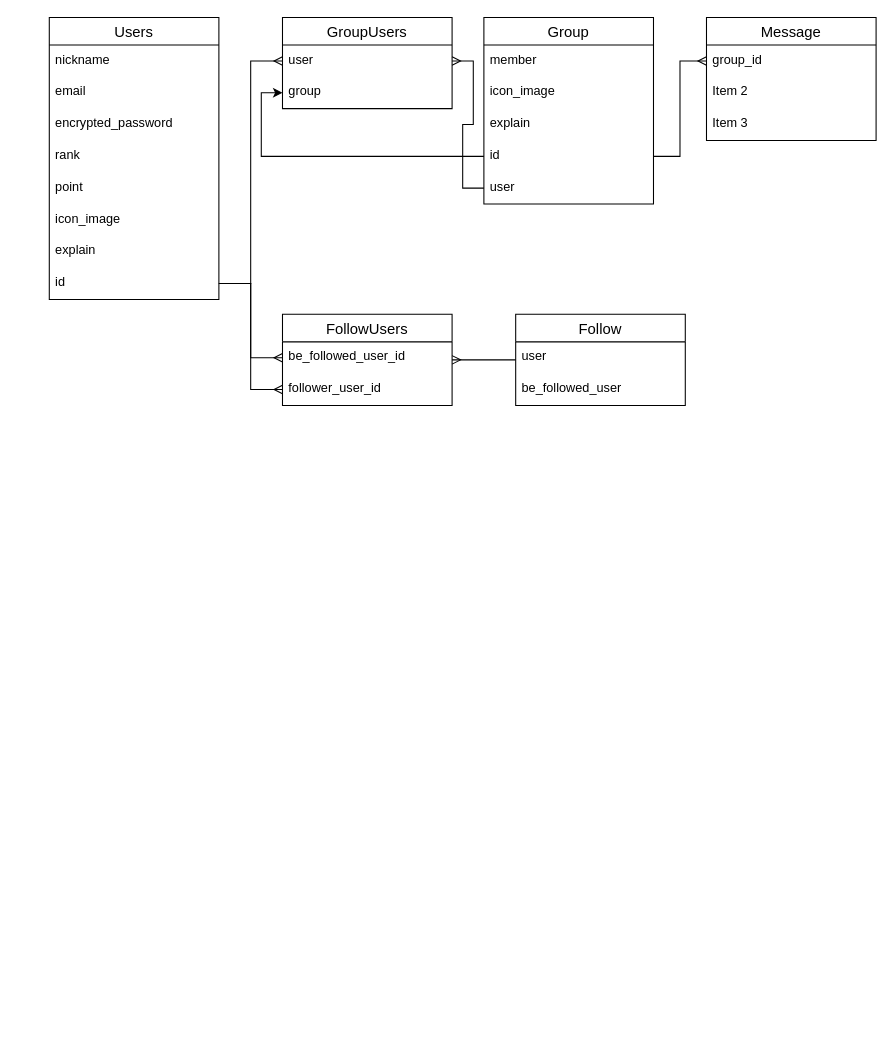
runba3011/runba_home keeps this draw.io diagram as database.dio. Above is the earlier version. Source tidied: cells renumbered, new cells numbered last; positions are measured from the earlier drawing's top-left corner, leaving out a move shared by most shapes. Both pictures are drawn from the tidied source at 106%, with x=0, y=0 at pixel (49, 17).
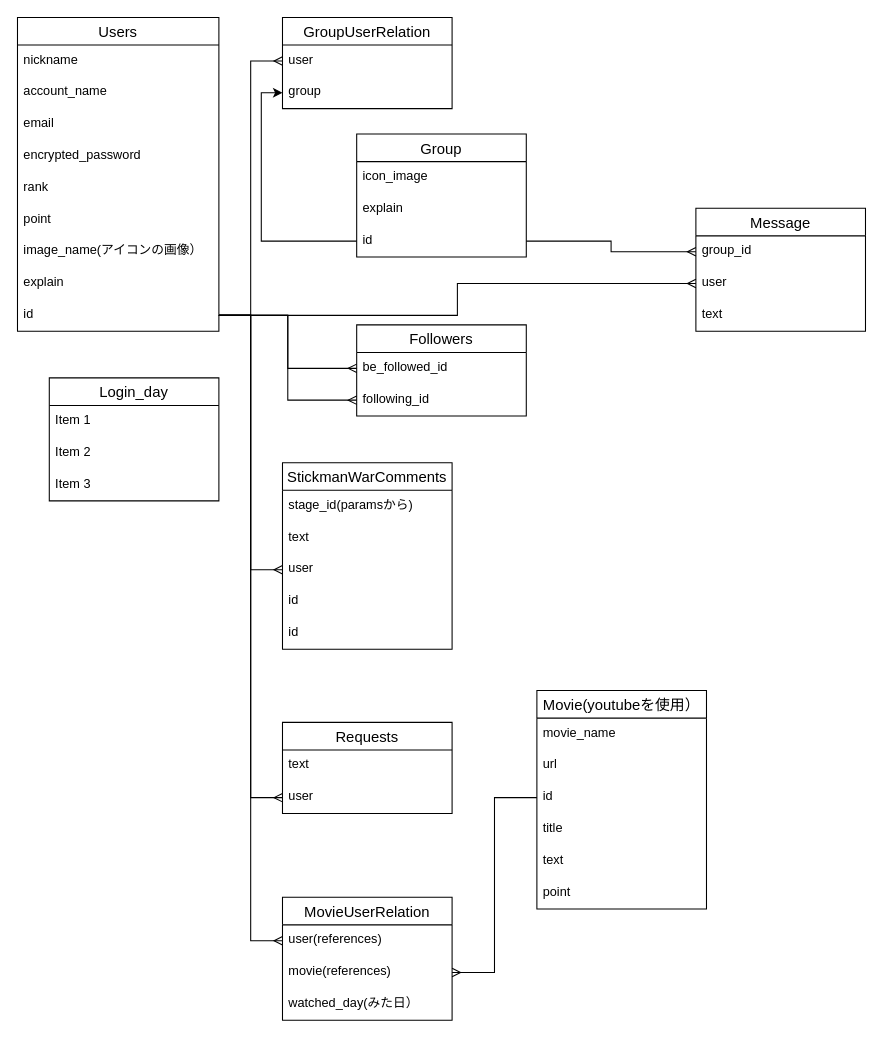
Above is the later version.

Commit message:
データベース設計

Unchanged cells that the change refers to:
```xml
<mxCell id="18" value="user" style="text;strokeColor=none;fillColor=none;spacingLeft=4;spacingRight=4;overflow=hidden;points=[[0,0.5],[1,0.5]];portConstraint=eastwest;fontSize=12;" parent="17" vertex="1">
  <mxGeometry y="26" width="160" height="30" as="geometry" />
</mxCell>
```

The edit, as a diff of the source:
```diff
@@
     <mxCell id="2" value="Users" style="swimlane;fontStyle=0;horizontal=1;startSize=26;align=center;fontSize=14;" parent="1" vertex="1">
-      <mxGeometry width="160" height="266" as="geometry" />
+      <mxGeometry x="-30" width="190" height="296" as="geometry" />
     </mxCell>
     <mxCell id="3" value="nickname" style="text;strokeColor=none;fillColor=none;spacingLeft=4;spacingRight=4;overflow=hidden;fontSize=12;" parent="2" vertex="1">
-      <mxGeometry y="26" width="160" height="30" as="geometry" />
+      <mxGeometry y="26" width="190" height="30" as="geometry" />
     </mxCell>
+    <mxCell id="37" value="account_name" style="text;strokeColor=none;fillColor=none;spacingLeft=4;spacingRight=4;overflow=hidden;fontSize=12;" parent="2" vertex="1">
+      <mxGeometry y="56" width="190" height="30" as="geometry" />
+    </mxCell>
     <mxCell id="4" value="email" style="text;strokeColor=none;fillColor=none;spacingLeft=4;spacingRight=4;overflow=hidden;fontSize=12;" parent="2" vertex="1">
-      <mxGeometry y="56" width="160" height="30" as="geometry" />
+      <mxGeometry y="86" width="190" height="30" as="geometry" />
     </mxCell>
     <mxCell id="5" value="encrypted_password" style="text;strokeColor=none;fillColor=none;spacingLeft=4;spacingRight=4;overflow=hidden;fontSize=12;" parent="2" vertex="1">
-      <mxGeometry y="86" width="160" height="30" as="geometry" />
+      <mxGeometry y="116" width="190" height="30" as="geometry" />
     </mxCell>
     <mxCell id="6" value="rank" style="text;strokeColor=none;fillColor=none;spacingLeft=4;spacingRight=4;overflow=hidden;fontSize=12;" parent="2" vertex="1">
-      <mxGeometry y="116" width="160" height="30" as="geometry" />
+      <mxGeometry y="146" width="190" height="30" as="geometry" />
     </mxCell>
     <mxCell id="7" value="point" style="text;strokeColor=none;fillColor=none;spacingLeft=4;spacingRight=4;overflow=hidden;fontSize=12;" parent="2" vertex="1">
-      <mxGeometry y="146" width="160" height="30" as="geometry" />
+      <mxGeometry y="176" width="190" height="30" as="geometry" />
     </mxCell>
-    <mxCell id="8" value="icon_image" style="text;strokeColor=none;fillColor=none;spacingLeft=4;spacingRight=4;overflow=hidden;fontSize=12;" parent="2" vertex="1">
-      <mxGeometry y="176" width="160" height="30" as="geometry" />
+    <mxCell id="8" value="image_name(アイコンの画像）" style="text;strokeColor=none;fillColor=none;spacingLeft=4;spacingRight=4;overflow=hidden;fontSize=12;" parent="2" vertex="1">
+      <mxGeometry y="206" width="190" height="30" as="geometry" />
     </mxCell>
     <mxCell id="9" value="explain" style="text;strokeColor=none;fillColor=none;spacingLeft=4;spacingRight=4;overflow=hidden;fontSize=12;" parent="2" vertex="1">
-      <mxGeometry y="206" width="160" height="30" as="geometry" />
+      <mxGeometry y="236" width="190" height="30" as="geometry" />
     </mxCell>
     <mxCell id="10" value="id" style="text;strokeColor=none;fillColor=none;spacingLeft=4;spacingRight=4;overflow=hidden;points=[[0,0.5],[1,0.5]];portConstraint=eastwest;fontSize=12;" parent="2" vertex="1">
-      <mxGeometry y="236" width="160" height="30" as="geometry" />
+      <mxGeometry y="266" width="190" height="30" as="geometry" />
     </mxCell>
     <mxCell id="11" value="Group" style="swimlane;fontStyle=0;horizontal=1;startSize=26;align=center;fontSize=14;" parent="1" vertex="1">
-      <mxGeometry x="410" width="160" height="176" as="geometry" />
+      <mxGeometry x="290" y="110" width="160" height="116" as="geometry" />
     </mxCell>
-    <mxCell id="12" value="member" style="text;strokeColor=none;fillColor=none;spacingLeft=4;spacingRight=4;overflow=hidden;fontSize=12;" parent="11" vertex="1">
-      <mxGeometry y="26" width="160" height="30" as="geometry" />
-    </mxCell>
     <mxCell id="13" value="icon_image" style="text;strokeColor=none;fillColor=none;spacingLeft=4;spacingRight=4;overflow=hidden;fontSize=12;" parent="11" vertex="1">
-      <mxGeometry y="56" width="160" height="30" as="geometry" />
+      <mxGeometry y="26" width="160" height="30" as="geometry" />
     </mxCell>
     <mxCell id="14" value="explain" style="text;strokeColor=none;fillColor=none;spacingLeft=4;spacingRight=4;overflow=hidden;fontSize=12;" parent="11" vertex="1">
-      <mxGeometry y="86" width="160" height="30" as="geometry" />
+      <mxGeometry y="56" width="160" height="30" as="geometry" />
     </mxCell>
     <mxCell id="15" value="id" style="text;strokeColor=none;fillColor=none;spacingLeft=4;spacingRight=4;overflow=hidden;points=[[0,0.5],[1,0.5]];portConstraint=eastwest;fontSize=12;" parent="11" vertex="1">
-      <mxGeometry y="116" width="160" height="30" as="geometry" />
+      <mxGeometry y="86" width="160" height="30" as="geometry" />
     </mxCell>
-    <mxCell id="16" value="user" style="text;strokeColor=none;fillColor=none;spacingLeft=4;spacingRight=4;overflow=hidden;points=[[0,0.5],[1,0.5]];portConstraint=eastwest;fontSize=12;" parent="11" vertex="1">
-      <mxGeometry y="146" width="160" height="30" as="geometry" />
-    </mxCell>
-    <mxCell id="17" value="GroupUsers" style="swimlane;fontStyle=0;horizontal=1;startSize=26;align=center;fontSize=14;" parent="1" vertex="1">
+    <mxCell id="17" value="GroupUserRelation" style="swimlane;fontStyle=0;horizontal=1;startSize=26;align=center;fontSize=14;" parent="1" vertex="1">
       <mxGeometry x="220" width="160" height="86" as="geometry" />
     </mxCell>
@@
     <mxCell id="20" value="Message" style="swimlane;fontStyle=0;horizontal=1;startSize=26;align=center;fontSize=14;" parent="1" vertex="1">
-      <mxGeometry x="620" width="160" height="116" as="geometry" />
+      <mxGeometry x="610" y="180" width="160" height="116" as="geometry" />
     </mxCell>
@@
-    <mxCell id="22" value="Item 2" style="text;strokeColor=none;fillColor=none;spacingLeft=4;spacingRight=4;overflow=hidden;points=[[0,0.5],[1,0.5]];portConstraint=eastwest;fontSize=12;" parent="20" vertex="1">
+    <mxCell id="22" value="user" style="text;strokeColor=none;fillColor=none;spacingLeft=4;spacingRight=4;overflow=hidden;points=[[0,0.5],[1,0.5]];portConstraint=eastwest;fontSize=12;" parent="20" vertex="1">
       <mxGeometry y="56" width="160" height="30" as="geometry" />
     </mxCell>
-    <mxCell id="23" value="Item 3" style="text;strokeColor=none;fillColor=none;spacingLeft=4;spacingRight=4;overflow=hidden;fontSize=12;" parent="20" vertex="1">
+    <mxCell id="23" value="text" style="text;strokeColor=none;fillColor=none;spacingLeft=4;spacingRight=4;overflow=hidden;fontSize=12;" parent="20" vertex="1">
       <mxGeometry y="86" width="160" height="30" as="geometry" />
     </mxCell>
@@
-    <mxCell id="26" style="edgeStyle=orthogonalEdgeStyle;rounded=0;jettySize=auto;html=1;entryX=0;entryY=0.5;entryDx=0;entryDy=0;endArrow=none;endFill=0;startArrow=ERmany;startFill=0;" parent="1" edge="1" source="18" target="16">
-      <mxGeometry relative="1" as="geometry" />
-    </mxCell>
@@
-    <mxCell id="28" value="FollowUsers" style="swimlane;fontStyle=0;horizontal=1;startSize=26;align=center;fontSize=14;" parent="1" vertex="1">
-      <mxGeometry x="220" y="280" width="160" height="86" as="geometry" />
+    <mxCell id="28" value="Followers" style="swimlane;fontStyle=0;horizontal=1;startSize=26;align=center;fontSize=14;" parent="1" vertex="1">
+      <mxGeometry x="290" y="290" width="160" height="86" as="geometry" />
     </mxCell>
-    <mxCell id="29" value="be_followed_user_id" style="text;strokeColor=none;fillColor=none;spacingLeft=4;spacingRight=4;overflow=hidden;points=[[0,0.5],[1,0.5]];portConstraint=eastwest;fontSize=12;" parent="28" vertex="1">
+    <mxCell id="29" value="be_followed_id" style="text;strokeColor=none;fillColor=none;spacingLeft=4;spacingRight=4;overflow=hidden;points=[[0,0.5],[1,0.5]];portConstraint=eastwest;fontSize=12;" parent="28" vertex="1">
       <mxGeometry y="26" width="160" height="30" as="geometry" />
     </mxCell>
-    <mxCell id="30" value="follower_user_id" style="text;strokeColor=none;fillColor=none;spacingLeft=4;spacingRight=4;overflow=hidden;points=[[0,0.5],[1,0.5]];portConstraint=eastwest;fontSize=12;" parent="28" vertex="1">
+    <mxCell id="30" value="following_id" style="text;strokeColor=none;fillColor=none;spacingLeft=4;spacingRight=4;overflow=hidden;points=[[0,0.5],[1,0.5]];portConstraint=eastwest;fontSize=12;" parent="28" vertex="1">
       <mxGeometry y="56" width="160" height="30" as="geometry" />
     </mxCell>
@@
-    <mxCell id="33" style="edgeStyle=orthogonalEdgeStyle;rounded=0;jettySize=auto;html=1;endArrow=ERmany;endFill=0;" parent="1" edge="1" source="34" target="28">
-      <mxGeometry relative="1" as="geometry" />
-    </mxCell>
-    <mxCell id="34" value="Follow" style="swimlane;fontStyle=0;horizontal=1;startSize=26;align=center;fontSize=14;" parent="1" vertex="1">
-      <mxGeometry x="440" y="280" width="160" height="86" as="geometry" />
-    </mxCell>
-    <mxCell id="35" value="user" style="text;strokeColor=none;fillColor=none;spacingLeft=4;spacingRight=4;overflow=hidden;fontSize=12;" parent="34" vertex="1">
-      <mxGeometry y="26" width="160" height="30" as="geometry" />
-    </mxCell>
-    <mxCell id="36" value="be_followed_user" style="text;strokeColor=none;fillColor=none;spacingLeft=4;spacingRight=4;overflow=hidden;fontSize=12;" parent="34" vertex="1">
-      <mxGeometry y="56" width="160" height="30" as="geometry" />
-    </mxCell>
+    <mxCell id="38" value="StickmanWarComments" style="swimlane;fontStyle=0;horizontal=1;startSize=26;align=center;fontSize=14;" parent="1" vertex="1">
+      <mxGeometry x="220" y="420" width="160" height="176" as="geometry" />
+    </mxCell>
+    <mxCell id="39" value="stage_id(paramsから)" style="text;strokeColor=none;fillColor=none;spacingLeft=4;spacingRight=4;overflow=hidden;fontSize=12;" parent="38" vertex="1">
+      <mxGeometry y="26" width="160" height="30" as="geometry" />
+    </mxCell>
+    <mxCell id="40" value="text" style="text;strokeColor=none;fillColor=none;spacingLeft=4;spacingRight=4;overflow=hidden;fontSize=12;" parent="38" vertex="1">
+      <mxGeometry y="56" width="160" height="30" as="geometry" />
+    </mxCell>
+    <mxCell id="41" value="user" style="text;strokeColor=none;fillColor=none;spacingLeft=4;spacingRight=4;overflow=hidden;points=[[0,0.5],[1,0.5]];portConstraint=eastwest;fontSize=12;" parent="38" vertex="1">
+      <mxGeometry y="86" width="160" height="30" as="geometry" />
+    </mxCell>
+    <mxCell id="42" value="id" style="text;strokeColor=none;fillColor=none;spacingLeft=4;spacingRight=4;overflow=hidden;fontSize=12;" parent="38" vertex="1">
+      <mxGeometry y="116" width="160" height="30" as="geometry" />
+    </mxCell>
+    <mxCell id="43" value="id" style="text;strokeColor=none;fillColor=none;spacingLeft=4;spacingRight=4;overflow=hidden;fontSize=12;" parent="38" vertex="1">
+      <mxGeometry y="146" width="160" height="30" as="geometry" />
+    </mxCell>
+    <mxCell id="44" style="edgeStyle=orthogonalEdgeStyle;rounded=0;jettySize=auto;html=1;entryX=0;entryY=0.5;entryDx=0;entryDy=0;endArrow=ERmany;endFill=0;" parent="1" edge="1" source="10" target="41">
+      <mxGeometry relative="1" as="geometry" />
+    </mxCell>
+    <mxCell id="45" style="edgeStyle=orthogonalEdgeStyle;rounded=0;jettySize=auto;html=1;entryX=0;entryY=0.5;entryDx=0;entryDy=0;endArrow=ERmany;endFill=0;" parent="1" edge="1" source="10" target="22">
+      <mxGeometry relative="1" as="geometry" />
+    </mxCell>
+    <mxCell id="46" value="Requests" style="swimlane;fontStyle=0;horizontal=1;startSize=26;align=center;fontSize=14;" parent="1" vertex="1">
+      <mxGeometry x="220" y="665" width="160" height="86" as="geometry" />
+    </mxCell>
+    <mxCell id="47" value="text" style="text;strokeColor=none;fillColor=none;spacingLeft=4;spacingRight=4;overflow=hidden;fontSize=12;" parent="46" vertex="1">
+      <mxGeometry y="26" width="160" height="30" as="geometry" />
+    </mxCell>
+    <mxCell id="48" value="user" style="text;strokeColor=none;fillColor=none;spacingLeft=4;spacingRight=4;overflow=hidden;points=[[0,0.5],[1,0.5]];portConstraint=eastwest;fontSize=12;" parent="46" vertex="1">
+      <mxGeometry y="56" width="160" height="30" as="geometry" />
+    </mxCell>
+    <mxCell id="49" value="Movie(youtubeを使用）" style="swimlane;fontStyle=0;horizontal=1;startSize=26;align=center;fontSize=14;" parent="1" vertex="1">
+      <mxGeometry x="460" y="635" width="160" height="206" as="geometry" />
+    </mxCell>
+    <mxCell id="50" value="movie_name" style="text;strokeColor=none;fillColor=none;spacingLeft=4;spacingRight=4;overflow=hidden;fontSize=12;" parent="49" vertex="1">
+      <mxGeometry y="26" width="160" height="30" as="geometry" />
+    </mxCell>
+    <mxCell id="51" value="url" style="text;strokeColor=none;fillColor=none;spacingLeft=4;spacingRight=4;overflow=hidden;fontSize=12;" parent="49" vertex="1">
+      <mxGeometry y="56" width="160" height="30" as="geometry" />
+    </mxCell>
+    <mxCell id="52" value="id" style="text;strokeColor=none;fillColor=none;spacingLeft=4;spacingRight=4;overflow=hidden;points=[[0,0.5],[1,0.5]];portConstraint=eastwest;fontSize=12;" parent="49" vertex="1">
+      <mxGeometry y="86" width="160" height="30" as="geometry" />
+    </mxCell>
+    <mxCell id="53" value="title" style="text;strokeColor=none;fillColor=none;spacingLeft=4;spacingRight=4;overflow=hidden;fontSize=12;" parent="49" vertex="1">
+      <mxGeometry y="116" width="160" height="30" as="geometry" />
+    </mxCell>
+    <mxCell id="54" value="text" style="text;strokeColor=none;fillColor=none;spacingLeft=4;spacingRight=4;overflow=hidden;fontSize=12;" parent="49" vertex="1">
+      <mxGeometry y="146" width="160" height="30" as="geometry" />
+    </mxCell>
+    <mxCell id="55" value="point" style="text;strokeColor=none;fillColor=none;spacingLeft=4;spacingRight=4;overflow=hidden;fontSize=12;" parent="49" vertex="1">
+      <mxGeometry y="176" width="160" height="30" as="geometry" />
+    </mxCell>
+    <mxCell id="56" style="edgeStyle=orthogonalEdgeStyle;rounded=0;jettySize=auto;html=1;entryX=0;entryY=0.5;entryDx=0;entryDy=0;endArrow=ERmany;endFill=0;" parent="1" edge="1" source="10" target="48">
+      <mxGeometry relative="1" as="geometry" />
+    </mxCell>
+    <mxCell id="57" value="Login_day" style="swimlane;fontStyle=0;horizontal=1;startSize=26;align=center;fontSize=14;" parent="1" vertex="1">
+      <mxGeometry y="340" width="160" height="116" as="geometry" />
+    </mxCell>
+    <mxCell id="58" value="Item 1" style="text;strokeColor=none;fillColor=none;spacingLeft=4;spacingRight=4;overflow=hidden;fontSize=12;" parent="57" vertex="1">
+      <mxGeometry y="26" width="160" height="30" as="geometry" />
+    </mxCell>
+    <mxCell id="59" value="Item 2" style="text;strokeColor=none;fillColor=none;spacingLeft=4;spacingRight=4;overflow=hidden;fontSize=12;" parent="57" vertex="1">
+      <mxGeometry y="56" width="160" height="30" as="geometry" />
+    </mxCell>
+    <mxCell id="60" value="Item 3" style="text;strokeColor=none;fillColor=none;spacingLeft=4;spacingRight=4;overflow=hidden;fontSize=12;" parent="57" vertex="1">
+      <mxGeometry y="86" width="160" height="30" as="geometry" />
+    </mxCell>
+    <mxCell id="61" value="MovieUserRelation" style="swimlane;fontStyle=0;horizontal=1;startSize=26;align=center;fontSize=14;" parent="1" vertex="1">
+      <mxGeometry x="220" y="830" width="160" height="116" as="geometry" />
+    </mxCell>
+    <mxCell id="62" value="user(references)" style="text;strokeColor=none;fillColor=none;spacingLeft=4;spacingRight=4;overflow=hidden;points=[[0,0.5],[1,0.5]];portConstraint=eastwest;fontSize=12;" parent="61" vertex="1">
+      <mxGeometry y="26" width="160" height="30" as="geometry" />
+    </mxCell>
+    <mxCell id="63" value="movie(references)" style="text;strokeColor=none;fillColor=none;spacingLeft=4;spacingRight=4;overflow=hidden;points=[[0,0.5],[1,0.5]];portConstraint=eastwest;fontSize=12;" parent="61" vertex="1">
+      <mxGeometry y="56" width="160" height="30" as="geometry" />
+    </mxCell>
+    <mxCell id="64" value="watched_day(みた日）" style="text;strokeColor=none;fillColor=none;spacingLeft=4;spacingRight=4;overflow=hidden;fontSize=12;" parent="61" vertex="1">
+      <mxGeometry y="86" width="160" height="30" as="geometry" />
+    </mxCell>
+    <mxCell id="65" style="edgeStyle=orthogonalEdgeStyle;rounded=0;jettySize=auto;html=1;entryX=0;entryY=0.5;entryDx=0;entryDy=0;endArrow=ERmany;endFill=0;" parent="1" edge="1" source="10" target="62">
+      <mxGeometry relative="1" as="geometry" />
+    </mxCell>
+    <mxCell id="66" style="edgeStyle=orthogonalEdgeStyle;rounded=0;jettySize=auto;html=1;endArrow=ERmany;endFill=0;" parent="1" edge="1" source="52" target="63">
+      <mxGeometry relative="1" as="geometry" />
+    </mxCell>
```
